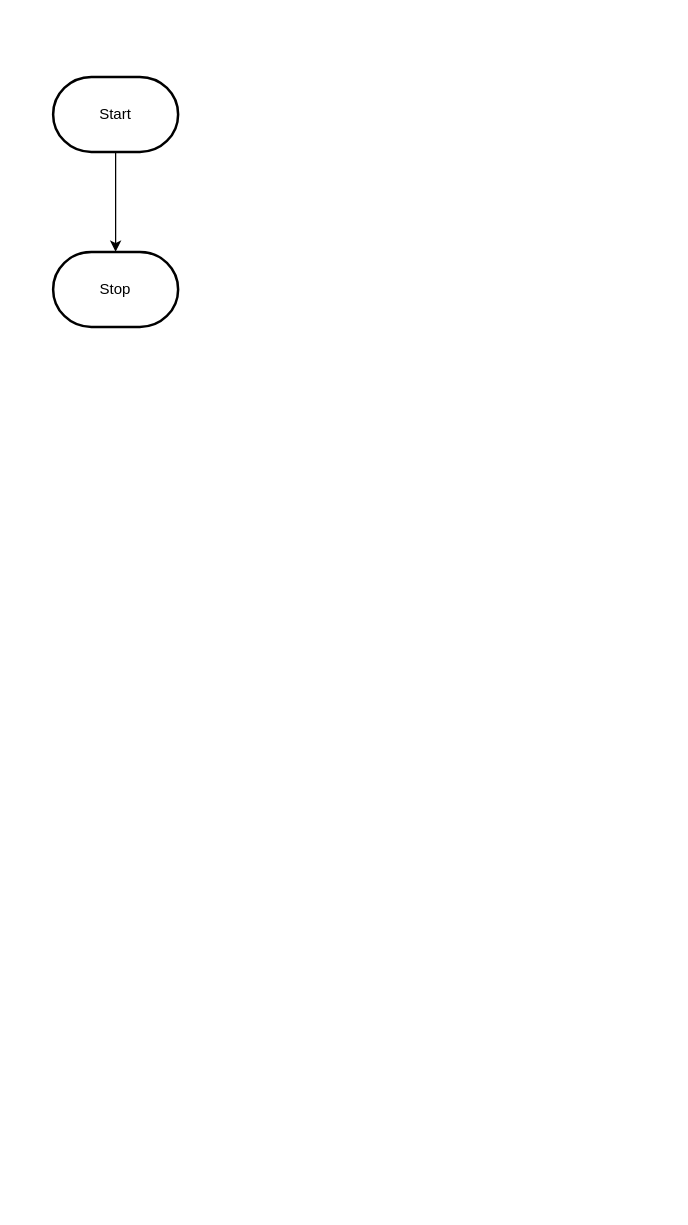
Above: design/flowchart.drawio in MTHS-TEJ2O-1-2023/TEJ2O-Unit-2-09-sophie-nguyen-0 (draw.io), before the change. Source tidied: cells renumbered, new cells numbered last; positions are measured from the earlier drawing's top-left corner, leaving out a move shared by most shapes. Both pictures are drawn from the tidied source at 125%, with x=0, y=0 at pixel (52, 76).
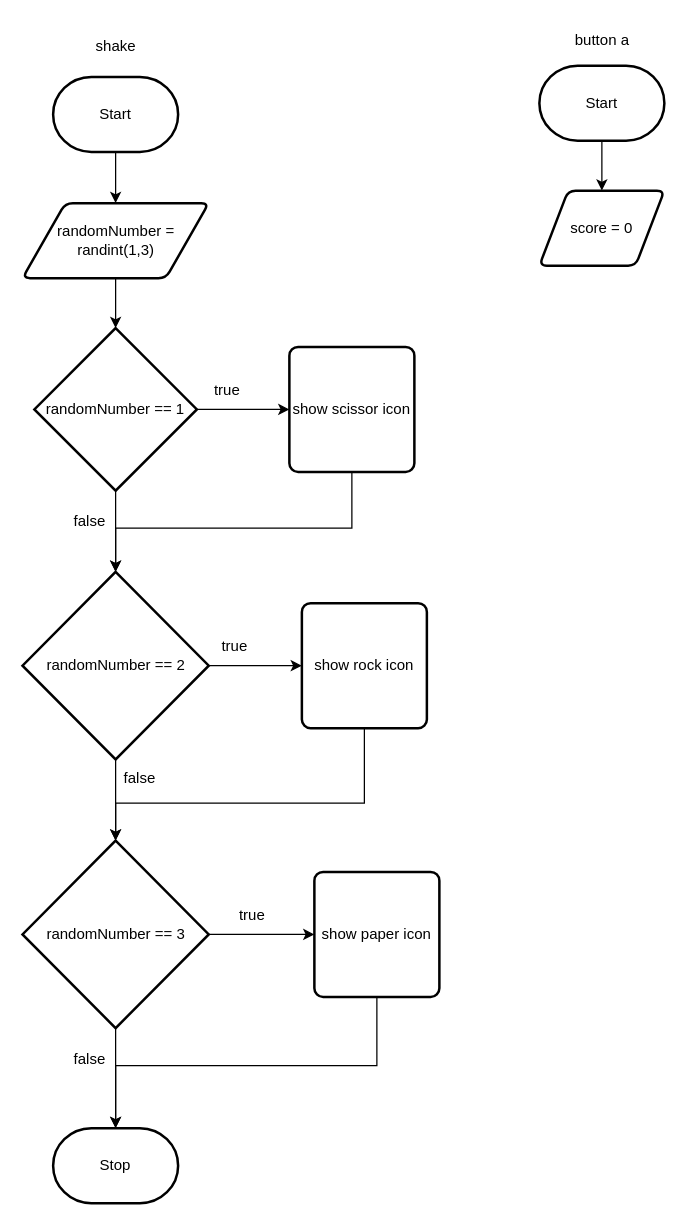
The same diagram, later.

Unchanged cells that the change refers to:
```xml
<mxCell id="3" value="Start" style="strokeWidth=2;html=1;shape=mxgraph.flowchart.terminator;whiteSpace=wrap;" parent="1" vertex="1">
  <mxGeometry width="100" height="60" as="geometry" />
</mxCell>
```

Diff of the diagram source:
```diff
@@
-    <mxCell id="2" style="edgeStyle=orthogonalEdgeStyle;html=1;rounded=0;" parent="1" edge="1" source="3" target="4">
-      <mxGeometry relative="1" as="geometry" />
-    </mxCell>
+    <mxCell id="5" style="edgeStyle=none;html=1;" parent="1" edge="1" source="3" target="7">
+      <mxGeometry relative="1" as="geometry" />
+    </mxCell>
@@
     <mxCell id="4" value="Stop" style="strokeWidth=2;html=1;shape=mxgraph.flowchart.terminator;whiteSpace=wrap;" parent="1" vertex="1">
-      <mxGeometry y="140" width="100" height="60" as="geometry" />
+      <mxGeometry y="841" width="100" height="60" as="geometry" />
     </mxCell>
+    <mxCell id="2" value="shake" style="text;html=1;align=center;verticalAlign=middle;strokeColor=none;fillColor=none;" parent="1" vertex="1">
+      <mxGeometry x="20" y="-39" width="60" height="30" as="geometry" />
+    </mxCell>
+    <mxCell id="6" style="edgeStyle=none;html=1;" parent="1" edge="1" source="7" target="10">
+      <mxGeometry relative="1" as="geometry" />
+    </mxCell>
+    <mxCell id="7" value="randomNumber = randint(1,3)" style="shape=parallelogram;html=1;strokeWidth=2;perimeter=parallelogramPerimeter;whiteSpace=wrap;rounded=1;arcSize=12;size=0.23;" parent="1" vertex="1">
+      <mxGeometry x="-24.5" y="101" width="149" height="60" as="geometry" />
+    </mxCell>
+    <mxCell id="8" style="edgeStyle=none;html=1;" parent="1" edge="1" source="10" target="12">
+      <mxGeometry relative="1" as="geometry" />
+    </mxCell>
+    <mxCell id="9" style="edgeStyle=none;html=1;" parent="1" edge="1" source="10" target="15">
+      <mxGeometry relative="1" as="geometry" />
+    </mxCell>
+    <mxCell id="10" value="randomNumber == 1" style="strokeWidth=2;html=1;shape=mxgraph.flowchart.decision;whiteSpace=wrap;" parent="1" vertex="1">
+      <mxGeometry x="-15" y="201" width="130" height="130" as="geometry" />
+    </mxCell>
+    <mxCell id="11" style="edgeStyle=orthogonalEdgeStyle;rounded=0;html=1;entryX=0.5;entryY=0;entryDx=0;entryDy=0;entryPerimeter=0;" parent="1" edge="1" source="12" target="15">
+      <mxGeometry relative="1" as="geometry">
+        <Array as="points">
+          <mxPoint x="239" y="361" />
+          <mxPoint x="50" y="361" />
+        </Array>
+      </mxGeometry>
+    </mxCell>
+    <mxCell id="12" value="show scissor icon" style="rounded=1;whiteSpace=wrap;html=1;absoluteArcSize=1;arcSize=14;strokeWidth=2;" parent="1" vertex="1">
+      <mxGeometry x="189" y="216" width="100" height="100" as="geometry" />
+    </mxCell>
+    <mxCell id="13" style="edgeStyle=none;rounded=0;html=1;" parent="1" edge="1" source="15" target="17">
+      <mxGeometry relative="1" as="geometry" />
+    </mxCell>
+    <mxCell id="14" style="edgeStyle=none;rounded=0;html=1;" parent="1" edge="1" source="15" target="20">
+      <mxGeometry relative="1" as="geometry" />
+    </mxCell>
+    <mxCell id="15" value="randomNumber == 2" style="strokeWidth=2;html=1;shape=mxgraph.flowchart.decision;whiteSpace=wrap;" parent="1" vertex="1">
+      <mxGeometry x="-24.5" y="396" width="149" height="150" as="geometry" />
+    </mxCell>
+    <mxCell id="16" style="edgeStyle=orthogonalEdgeStyle;rounded=0;html=1;entryX=0.5;entryY=0;entryDx=0;entryDy=0;entryPerimeter=0;" parent="1" edge="1" source="17" target="20">
+      <mxGeometry relative="1" as="geometry">
+        <Array as="points">
+          <mxPoint x="249" y="581" />
+          <mxPoint x="50" y="581" />
+        </Array>
+      </mxGeometry>
+    </mxCell>
+    <mxCell id="17" value="show rock icon" style="rounded=1;whiteSpace=wrap;html=1;absoluteArcSize=1;arcSize=14;strokeWidth=2;" parent="1" vertex="1">
+      <mxGeometry x="199" y="421" width="100" height="100" as="geometry" />
+    </mxCell>
+    <mxCell id="18" style="edgeStyle=orthogonalEdgeStyle;rounded=0;html=1;" parent="1" edge="1" source="20" target="22">
+      <mxGeometry relative="1" as="geometry" />
+    </mxCell>
+    <mxCell id="19" style="edgeStyle=orthogonalEdgeStyle;rounded=0;html=1;" parent="1" edge="1" source="20" target="4">
+      <mxGeometry relative="1" as="geometry" />
+    </mxCell>
+    <mxCell id="20" value="randomNumber == 3" style="strokeWidth=2;html=1;shape=mxgraph.flowchart.decision;whiteSpace=wrap;" parent="1" vertex="1">
+      <mxGeometry x="-24.5" y="611" width="149" height="150" as="geometry" />
+    </mxCell>
+    <mxCell id="21" style="edgeStyle=orthogonalEdgeStyle;rounded=0;html=1;" parent="1" edge="1" source="22" target="4">
+      <mxGeometry relative="1" as="geometry">
+        <Array as="points">
+          <mxPoint x="259" y="791" />
+          <mxPoint x="50" y="791" />
+        </Array>
+      </mxGeometry>
+    </mxCell>
+    <mxCell id="22" value="show paper icon" style="rounded=1;whiteSpace=wrap;html=1;absoluteArcSize=1;arcSize=14;strokeWidth=2;" parent="1" vertex="1">
+      <mxGeometry x="209" y="636" width="100" height="100" as="geometry" />
+    </mxCell>
+    <mxCell id="23" value="true" style="text;html=1;align=center;verticalAlign=middle;strokeColor=none;fillColor=none;" parent="1" vertex="1">
+      <mxGeometry x="119" y="236" width="40" height="30" as="geometry" />
+    </mxCell>
+    <mxCell id="24" value="false" style="text;html=1;align=center;verticalAlign=middle;strokeColor=none;fillColor=none;" parent="1" vertex="1">
+      <mxGeometry x="4" y="341" width="50" height="30" as="geometry" />
+    </mxCell>
+    <mxCell id="25" value="true" style="text;html=1;align=center;verticalAlign=middle;strokeColor=none;fillColor=none;" parent="1" vertex="1">
+      <mxGeometry x="124.5" y="441" width="40" height="30" as="geometry" />
+    </mxCell>
+    <mxCell id="26" value="false" style="text;html=1;align=center;verticalAlign=middle;strokeColor=none;fillColor=none;" parent="1" vertex="1">
+      <mxGeometry x="44" y="546" width="50" height="30" as="geometry" />
+    </mxCell>
+    <mxCell id="27" value="true" style="text;html=1;align=center;verticalAlign=middle;strokeColor=none;fillColor=none;" parent="1" vertex="1">
+      <mxGeometry x="139" y="656" width="40" height="30" as="geometry" />
+    </mxCell>
+    <mxCell id="28" value="false" style="text;html=1;align=center;verticalAlign=middle;strokeColor=none;fillColor=none;" parent="1" vertex="1">
+      <mxGeometry x="4" y="771" width="50" height="30" as="geometry" />
+    </mxCell>
+    <mxCell id="29" style="edgeStyle=orthogonalEdgeStyle;rounded=0;html=1;" parent="1" edge="1" source="30" target="32">
+      <mxGeometry relative="1" as="geometry" />
+    </mxCell>
+    <mxCell id="30" value="Start" style="strokeWidth=2;html=1;shape=mxgraph.flowchart.terminator;whiteSpace=wrap;" parent="1" vertex="1">
+      <mxGeometry x="389" y="-9" width="100" height="60" as="geometry" />
+    </mxCell>
+    <mxCell id="31" value="button a" style="text;html=1;align=center;verticalAlign=middle;strokeColor=none;fillColor=none;" parent="1" vertex="1">
+      <mxGeometry x="404" y="-44" width="70" height="30" as="geometry" />
+    </mxCell>
+    <mxCell id="32" value="score = 0" style="shape=parallelogram;html=1;strokeWidth=2;perimeter=parallelogramPerimeter;whiteSpace=wrap;rounded=1;arcSize=12;size=0.23;" parent="1" vertex="1">
+      <mxGeometry x="389" y="91" width="100" height="60" as="geometry" />
+    </mxCell>
```
